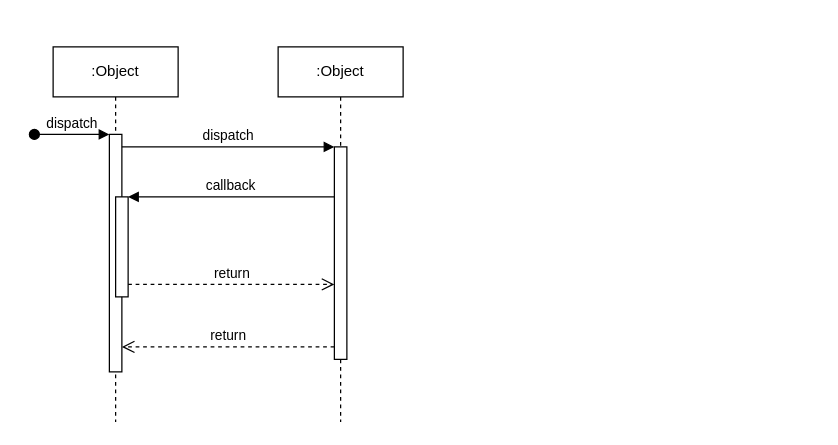
This is Design/Untitled Diagram.drawio from MohamedIsa/Dental-Clinic-System, a draw.io file, before an edit. Source tidied: cells renumbered, new cells numbered last; positions are measured from the earlier drawing's top-left corner, leaving out a move shared by most shapes. Both pictures are drawn from the tidied source at 125%, with x=0, y=0 at pixel (34, 46).
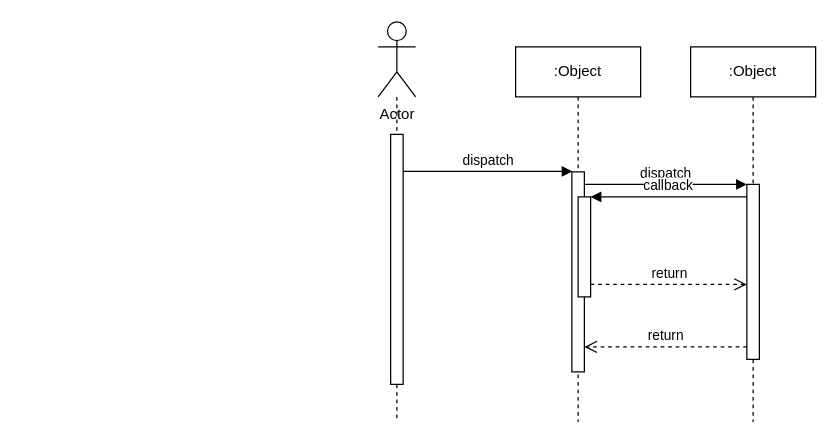
The same page after the edit.

Commit message:
Sequence Diagram

The change refers to these unchanged cells:
```xml
<mxCell id="5" style="html=1;points=[];perimeter=orthogonalPerimeter;outlineConnect=0;targetShapes=umlLifeline;portConstraint=eastwest;newEdgeStyle={&quot;edgeStyle&quot;:&quot;elbowEdgeStyle&quot;,&quot;elbow&quot;:&quot;vertical&quot;,&quot;curved&quot;:0,&quot;rounded&quot;:0};" parent="2" vertex="1">
  <mxGeometry x="50" y="120" width="10" height="80" as="geometry" />
</mxCell>
```

Change to the diagram source:
```diff
@@
     <mxCell id="2" value=":Object" style="shape=umlLifeline;perimeter=lifelinePerimeter;whiteSpace=wrap;html=1;newEdgeStyle={&quot;edgeStyle&quot;:&quot;elbowEdgeStyle&quot;,&quot;elbow&quot;:&quot;vertical&quot;,&quot;curved&quot;:0,&quot;rounded&quot;:0};" parent="1" vertex="1">
-      <mxGeometry x="15" width="100" height="300" as="geometry" />
+      <mxGeometry x="385" width="100" height="300" as="geometry" />
     </mxCell>
     <mxCell id="3" style="html=1;points=[];perimeter=orthogonalPerimeter;outlineConnect=0;targetShapes=umlLifeline;portConstraint=eastwest;newEdgeStyle={&quot;edgeStyle&quot;:&quot;elbowEdgeStyle&quot;,&quot;elbow&quot;:&quot;vertical&quot;,&quot;curved&quot;:0,&quot;rounded&quot;:0};" parent="2" vertex="1">
-      <mxGeometry x="45" y="70" width="10" height="190" as="geometry" />
+      <mxGeometry x="45" y="100" width="10" height="160" as="geometry" />
     </mxCell>
-    <mxCell id="4" value="dispatch" style="html=1;verticalAlign=bottom;startArrow=oval;endArrow=block;startSize=8;edgeStyle=elbowEdgeStyle;elbow=vertical;curved=0;rounded=0;" parent="2" edge="1" target="3">
-      <mxGeometry relative="1" as="geometry">
-        <mxPoint x="-15" y="70" as="sourcePoint" />
-      </mxGeometry>
-    </mxCell>
@@
     <mxCell id="6" value=":Object" style="shape=umlLifeline;perimeter=lifelinePerimeter;whiteSpace=wrap;html=1;newEdgeStyle={&quot;edgeStyle&quot;:&quot;elbowEdgeStyle&quot;,&quot;elbow&quot;:&quot;vertical&quot;,&quot;curved&quot;:0,&quot;rounded&quot;:0};" parent="1" vertex="1">
-      <mxGeometry x="195" width="100" height="300" as="geometry" />
+      <mxGeometry x="525" width="100" height="300" as="geometry" />
     </mxCell>
     <mxCell id="7" style="html=1;points=[];perimeter=orthogonalPerimeter;outlineConnect=0;targetShapes=umlLifeline;portConstraint=eastwest;newEdgeStyle={&quot;edgeStyle&quot;:&quot;elbowEdgeStyle&quot;,&quot;elbow&quot;:&quot;vertical&quot;,&quot;curved&quot;:0,&quot;rounded&quot;:0};" parent="6" vertex="1">
-      <mxGeometry x="45" y="80" width="10" height="170" as="geometry" />
+      <mxGeometry x="45" y="110" width="10" height="140" as="geometry" />
     </mxCell>
     <mxCell id="8" value="dispatch" style="html=1;verticalAlign=bottom;endArrow=block;edgeStyle=elbowEdgeStyle;elbow=vertical;curved=0;rounded=0;" parent="1" edge="1" source="3" target="7">
       <mxGeometry relative="1" as="geometry">
         <Array as="points">
-          <mxPoint x="155" y="80" />
+          <mxPoint x="505" y="110" />
         </Array>
       </mxGeometry>
     </mxCell>
     <mxCell id="9" value="return" style="html=1;verticalAlign=bottom;endArrow=open;dashed=1;endSize=8;edgeStyle=elbowEdgeStyle;elbow=vertical;curved=0;rounded=0;" parent="1" edge="1" source="7" target="3">
       <mxGeometry relative="1" as="geometry">
         <Array as="points">
-          <mxPoint x="165" y="240" />
+          <mxPoint x="535" y="240" />
         </Array>
       </mxGeometry>
     </mxCell>
     <mxCell id="10" value="callback" style="html=1;verticalAlign=bottom;endArrow=block;edgeStyle=elbowEdgeStyle;elbow=vertical;curved=0;rounded=0;" parent="1" edge="1" source="7" target="5">
       <mxGeometry relative="1" as="geometry">
         <Array as="points">
-          <mxPoint x="165" y="120" />
+          <mxPoint x="535" y="120" />
         </Array>
       </mxGeometry>
     </mxCell>
     <mxCell id="11" value="return" style="html=1;verticalAlign=bottom;endArrow=open;dashed=1;endSize=8;edgeStyle=elbowEdgeStyle;elbow=vertical;curved=0;rounded=0;" parent="1" edge="1" source="5" target="7">
       <mxGeometry relative="1" as="geometry">
         <Array as="points">
-          <mxPoint x="155" y="190" />
+          <mxPoint x="525" y="190" />
         </Array>
       </mxGeometry>
     </mxCell>
+    <mxCell id="12" style="group;" parent="1" vertex="1">
+      <mxGeometry x="275" y="-20" width="30" height="320" as="geometry" />
+    </mxCell>
+    <mxCell id="13" value="Actor" style="shape=umlActor;verticalLabelPosition=bottom;verticalAlign=top;html=1;outlineConnect=0;" parent="12" vertex="1">
+      <mxGeometry width="30" height="60" as="geometry" />
+    </mxCell>
+    <mxCell id="14" style="endArrow=none;dashed=1;html=1;rounded=0;edgeStyle=orthogonalEdgeStyle;" parent="12" edge="1" source="15">
+      <mxGeometry relative="1" as="geometry">
+        <mxPoint x="15" y="320" as="targetPoint" />
+        <Array as="points">
+          <mxPoint x="15" y="290" />
+        </Array>
+      </mxGeometry>
+    </mxCell>
+    <mxCell id="15" style="html=1;points=[[0,0,0,0,5],[0,1,0,0,-5],[1,0,0,0,5],[1,1,0,0,-5]];perimeter=orthogonalPerimeter;outlineConnect=0;targetShapes=umlLifeline;portConstraint=eastwest;newEdgeStyle={&quot;curved&quot;:0,&quot;rounded&quot;:0};" parent="12" vertex="1">
+      <mxGeometry x="10" y="90" width="10" height="200" as="geometry" />
+    </mxCell>
+    <mxCell id="16" style="endArrow=none;dashed=1;html=1;rounded=0;edgeStyle=orthogonalEdgeStyle;" parent="12" edge="1" source="13" target="15">
+      <mxGeometry relative="1" as="geometry">
+        <Array as="points">
+          <mxPoint x="15" y="160" />
+          <mxPoint x="15" y="160" />
+        </Array>
+      </mxGeometry>
+    </mxCell>
+    <mxCell id="4" value="dispatch" style="html=1;verticalAlign=bottom;endArrow=block;curved=0;rounded=0;entryX=0.049;entryY=-0.002;entryDx=0;entryDy=0;entryPerimeter=0;" parent="1" edge="1" source="15" target="3">
+      <mxGeometry relative="1" as="geometry" />
+    </mxCell>
```
